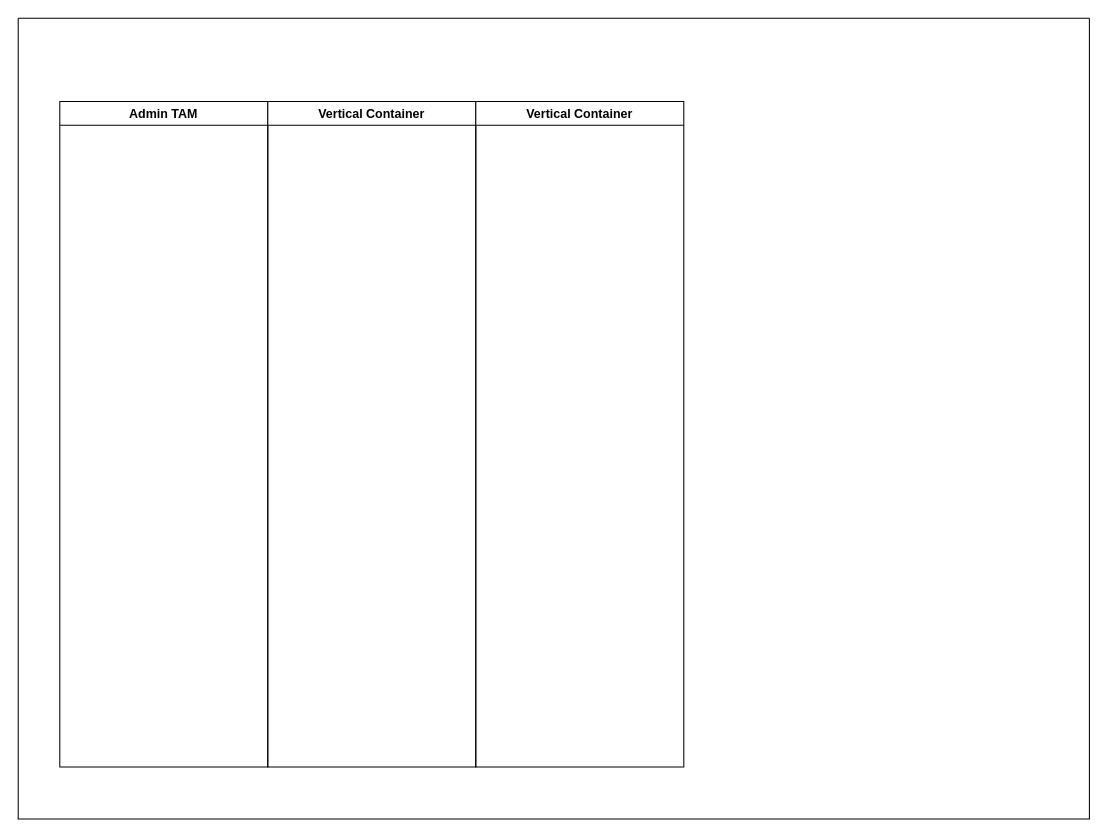
This is .github/ISSUE_TEMPLATE/Jadwal Teknisi.drawio from k4ilham/flutter, a draw.io file, before an edit. Source tidied: cells renumbered, new cells numbered last; positions are measured from the earlier drawing's top-left corner, leaving out a move shared by most shapes. Both pictures are drawn from the tidied source at 104%, with x=0, y=0 at pixel (18, 18).
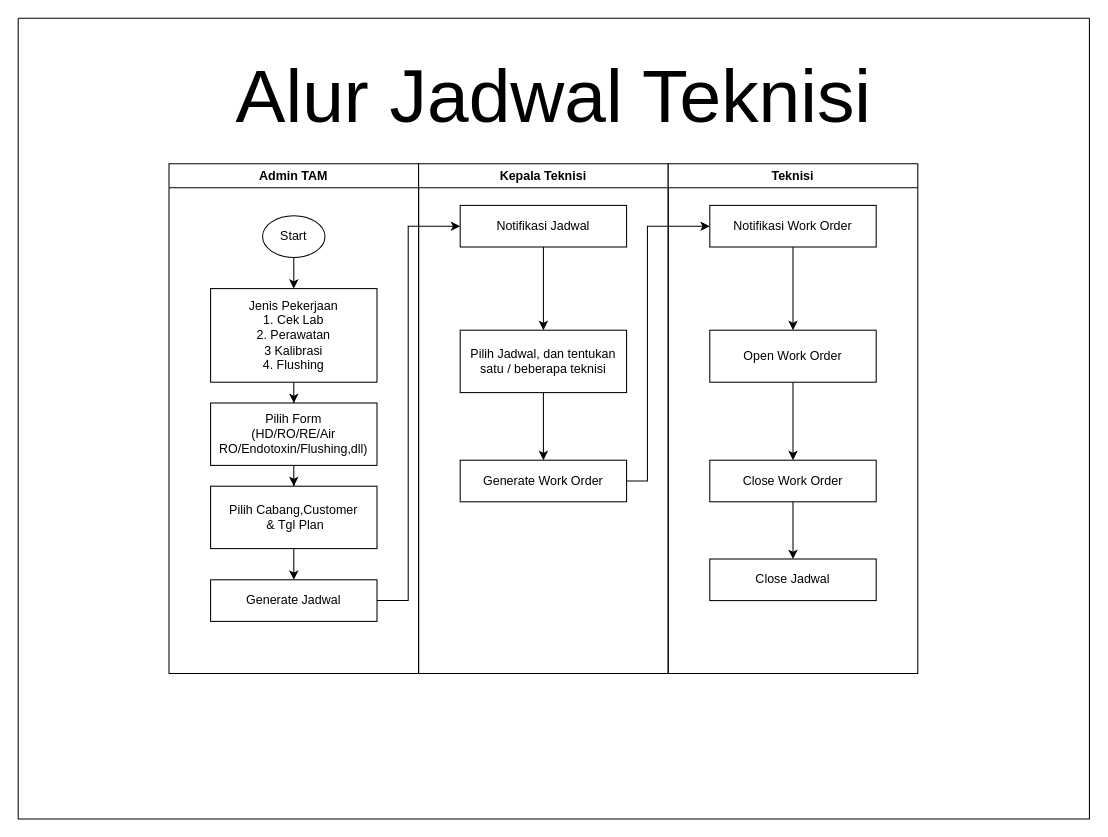
Above is the later version.

Unchanged cells that the change refers to:
```xml
<mxCell id="2" style="swimlane;startSize=0;" parent="1" vertex="1">
  <mxGeometry width="1030" height="770" as="geometry" />
</mxCell>
```

What changed in the source:
```diff
@@
     <mxCell id="3" value="Admin TAM" style="swimlane;" parent="2" vertex="1">
-      <mxGeometry x="40" y="80" width="200" height="640" as="geometry" />
+      <mxGeometry x="145" y="140" width="240" height="490" as="geometry" />
     </mxCell>
+    <mxCell id="6" style="edgeStyle=orthogonalEdgeStyle;rounded=0;jettySize=auto;html=1;" parent="3" edge="1" source="7" target="9">
+      <mxGeometry relative="1" as="geometry" />
+    </mxCell>
+    <mxCell id="7" value="Start" style="ellipse;whiteSpace=wrap;html=1;" parent="3" vertex="1">
+      <mxGeometry x="90" y="50" width="60" height="40" as="geometry" />
+    </mxCell>
+    <mxCell id="8" style="edgeStyle=orthogonalEdgeStyle;rounded=0;jettySize=auto;html=1;" parent="3" edge="1" source="9" target="11">
+      <mxGeometry relative="1" as="geometry" />
+    </mxCell>
+    <mxCell id="9" value="Jenis Pekerjaan&lt;br&gt;1. Cek Lab&lt;br&gt;2. Perawatan&lt;br&gt;3 Kalibrasi&lt;br&gt;4. Flushing" style="rounded=0;whiteSpace=wrap;html=1;" parent="3" vertex="1">
+      <mxGeometry x="40" y="120" width="160" height="90" as="geometry" />
+    </mxCell>
+    <mxCell id="10" style="edgeStyle=orthogonalEdgeStyle;rounded=0;jettySize=auto;html=1;" parent="3" edge="1" source="11" target="13">
+      <mxGeometry relative="1" as="geometry" />
+    </mxCell>
+    <mxCell id="11" value="Pilih Form&lt;br&gt;(HD/RO/RE/Air RO/Endotoxin/Flushing,dll)" style="rounded=0;whiteSpace=wrap;html=1;" parent="3" vertex="1">
+      <mxGeometry x="40" y="230" width="160" height="60" as="geometry" />
+    </mxCell>
+    <mxCell id="12" style="edgeStyle=orthogonalEdgeStyle;rounded=0;jettySize=auto;html=1;" parent="3" edge="1" source="13" target="14">
+      <mxGeometry relative="1" as="geometry" />
+    </mxCell>
+    <mxCell id="13" value="Pilih Cabang,Customer&lt;br&gt;&amp;nbsp;&amp;amp; Tgl Plan" style="rounded=0;whiteSpace=wrap;html=1;" parent="3" vertex="1">
+      <mxGeometry x="40" y="310" width="160" height="60" as="geometry" />
+    </mxCell>
+    <mxCell id="14" value="Generate Jadwal" style="rounded=0;whiteSpace=wrap;html=1;" parent="3" vertex="1">
+      <mxGeometry x="40" y="400" width="160" height="40" as="geometry" />
+    </mxCell>
-    <mxCell id="4" value="Vertical Container" style="swimlane;" parent="2" vertex="1">
-      <mxGeometry x="240" y="80" width="200" height="640" as="geometry" />
+    <mxCell id="4" value="Kepala Teknisi" style="swimlane;" parent="2" vertex="1">
+      <mxGeometry x="385" y="140" width="240" height="490" as="geometry" />
     </mxCell>
+    <mxCell id="15" style="edgeStyle=orthogonalEdgeStyle;rounded=0;jettySize=auto;html=1;" parent="4" edge="1" source="16" target="18">
+      <mxGeometry relative="1" as="geometry" />
+    </mxCell>
+    <mxCell id="16" value="Notifikasi Jadwal" style="rounded=0;whiteSpace=wrap;html=1;" parent="4" vertex="1">
+      <mxGeometry x="40" y="40" width="160" height="40" as="geometry" />
+    </mxCell>
+    <mxCell id="17" style="edgeStyle=orthogonalEdgeStyle;rounded=0;jettySize=auto;html=1;" parent="4" edge="1" source="18" target="19">
+      <mxGeometry relative="1" as="geometry" />
+    </mxCell>
+    <mxCell id="18" value="Pilih Jadwal, dan tentukan satu / beberapa teknisi" style="rounded=0;whiteSpace=wrap;html=1;" parent="4" vertex="1">
+      <mxGeometry x="40" y="160" width="160" height="60" as="geometry" />
+    </mxCell>
+    <mxCell id="19" value="Generate Work Order" style="rounded=0;whiteSpace=wrap;html=1;" parent="4" vertex="1">
+      <mxGeometry x="40" y="285" width="160" height="40" as="geometry" />
+    </mxCell>
-    <mxCell id="5" value="Vertical Container" style="swimlane;" parent="2" vertex="1">
-      <mxGeometry x="440" y="80" width="200" height="640" as="geometry" />
+    <mxCell id="5" value="Teknisi" style="swimlane;" parent="2" vertex="1">
+      <mxGeometry x="625" y="140" width="240" height="490" as="geometry" />
     </mxCell>
+    <mxCell id="20" style="edgeStyle=orthogonalEdgeStyle;rounded=0;jettySize=auto;html=1;" parent="5" edge="1" source="21" target="23">
+      <mxGeometry relative="1" as="geometry" />
+    </mxCell>
+    <mxCell id="21" value="Notifikasi Work Order" style="rounded=0;whiteSpace=wrap;html=1;" parent="5" vertex="1">
+      <mxGeometry x="40" y="40" width="160" height="40" as="geometry" />
+    </mxCell>
+    <mxCell id="22" style="edgeStyle=orthogonalEdgeStyle;rounded=0;jettySize=auto;html=1;" parent="5" edge="1" source="23" target="25">
+      <mxGeometry relative="1" as="geometry" />
+    </mxCell>
+    <mxCell id="23" value="Open Work Order" style="rounded=0;whiteSpace=wrap;html=1;" parent="5" vertex="1">
+      <mxGeometry x="40" y="160" width="160" height="50" as="geometry" />
+    </mxCell>
+    <mxCell id="24" style="edgeStyle=orthogonalEdgeStyle;rounded=0;jettySize=auto;html=1;" parent="5" edge="1" source="25" target="26">
+      <mxGeometry relative="1" as="geometry" />
+    </mxCell>
+    <mxCell id="25" value="Close Work Order" style="rounded=0;whiteSpace=wrap;html=1;" parent="5" vertex="1">
+      <mxGeometry x="40" y="285" width="160" height="40" as="geometry" />
+    </mxCell>
+    <mxCell id="26" value="Close Jadwal" style="rounded=0;whiteSpace=wrap;html=1;" parent="5" vertex="1">
+      <mxGeometry x="40" y="380" width="160" height="40" as="geometry" />
+    </mxCell>
+    <mxCell id="27" style="edgeStyle=orthogonalEdgeStyle;rounded=0;jettySize=auto;html=1;entryX=0;entryY=0.5;entryDx=0;entryDy=0;" parent="2" edge="1" source="14" target="16">
+      <mxGeometry relative="1" as="geometry">
+        <Array as="points">
+          <mxPoint x="375" y="560" />
+          <mxPoint x="375" y="200" />
+        </Array>
+      </mxGeometry>
+    </mxCell>
+    <mxCell id="28" style="edgeStyle=orthogonalEdgeStyle;rounded=0;jettySize=auto;html=1;entryX=0;entryY=0.5;entryDx=0;entryDy=0;" parent="2" edge="1" source="19" target="21">
+      <mxGeometry relative="1" as="geometry">
+        <Array as="points">
+          <mxPoint x="605" y="445" />
+          <mxPoint x="605" y="200" />
+        </Array>
+      </mxGeometry>
+    </mxCell>
+    <mxCell id="29" value="Alur Jadwal Teknisi" style="text;html=1;strokeColor=none;fillColor=none;align=center;verticalAlign=middle;whiteSpace=wrap;rounded=0;fontSize=72;" parent="2" vertex="1">
+      <mxGeometry x="50" y="60" width="930" height="30" as="geometry" />
+    </mxCell>
```
